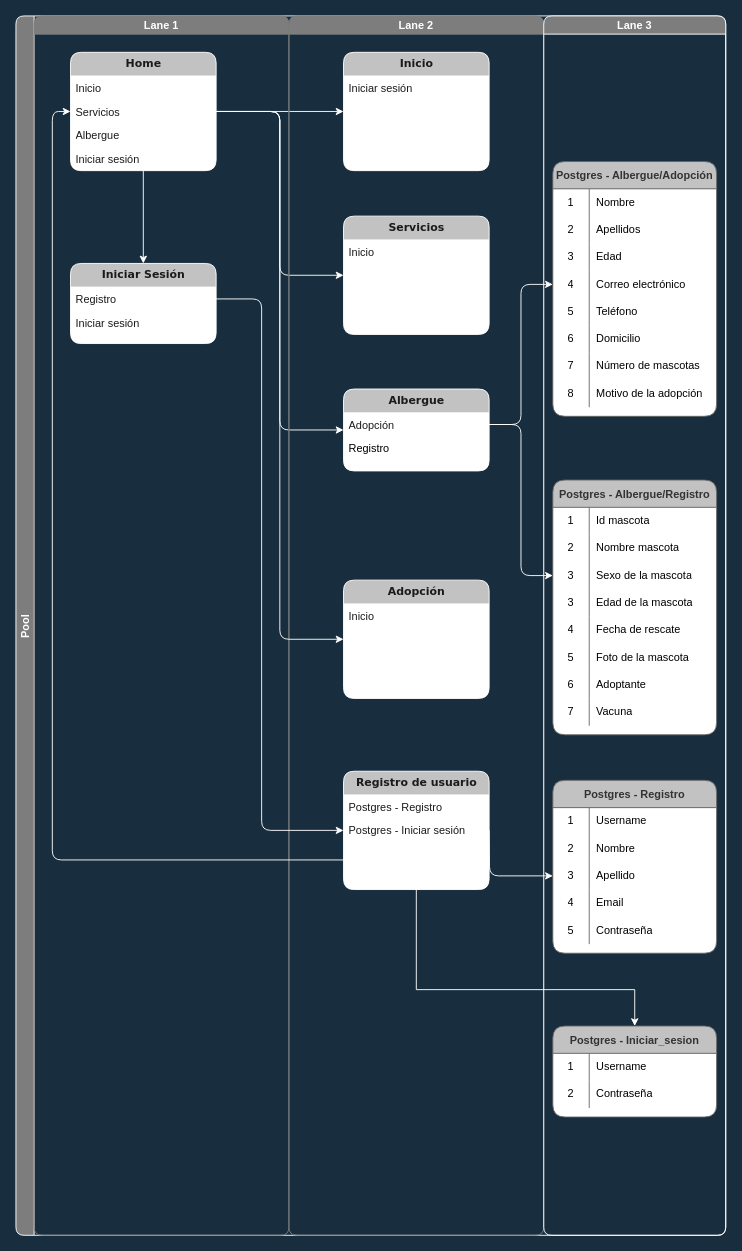
This is Ideas_para_la_página/Ideas_para_la_página.drawio from hefecaso/0980_Proyectos-Albergue_de_mascotas, a draw.io file, before an edit. Source tidied: cells renumbered, new cells numbered last; positions are measured from the earlier drawing's top-left corner, leaving out a move shared by most shapes. Both pictures are drawn from the tidied source at 91%, with x=0, y=0 at pixel (15, 15).
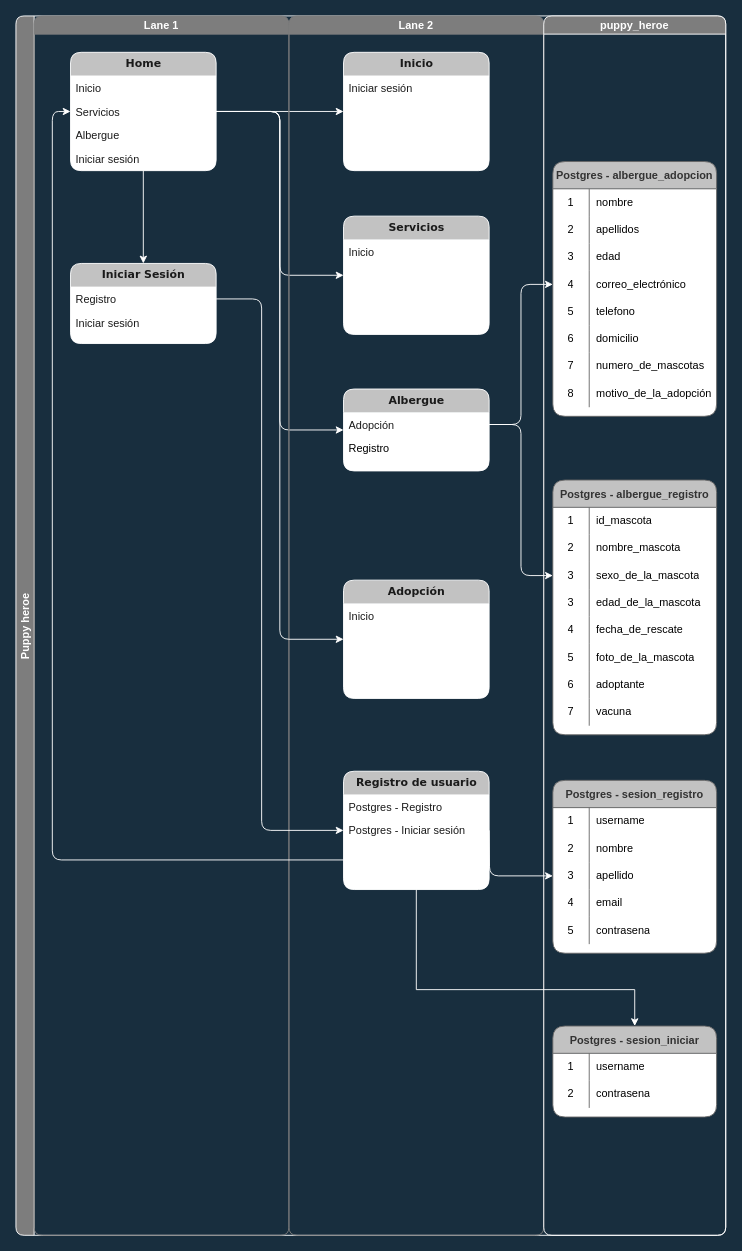
After the change.

Commit message (it also covers changes not shown here):
Solo agregando esquema de diseño a la última versión realizada

Unchanged cells that the change refers to:
```xml
<mxCell id="31" style="shape=tableRow;horizontal=0;startSize=0;swimlaneHead=0;swimlaneBody=0;top=0;left=0;bottom=0;right=0;fillColor=none;rounded=1;fontColor=#FFFFFF;strokeColor=#7D7D7D;" parent="30" vertex="1">
  <mxGeometry y="30" width="180" height="30" as="geometry" />
</mxCell>
<mxCell id="34" style="shape=tableRow;horizontal=0;startSize=0;swimlaneHead=0;swimlaneBody=0;top=0;left=0;bottom=0;right=0;fillColor=none;rounded=1;fontColor=#FFFFFF;strokeColor=#7D7D7D;" parent="30" vertex="1">
  <mxGeometry y="60" width="180" height="30" as="geometry" />
</mxCell>
<mxCell id="37" style="shape=tableRow;horizontal=0;startSize=0;swimlaneHead=0;swimlaneBody=0;top=0;left=0;bottom=0;right=0;fillColor=none;points=[[0,0.5],[1,0.5]];portConstraint=eastwest;rounded=1;fontColor=#FFFFFF;strokeColor=#7D7D7D;" parent="30" vertex="1">
  <mxGeometry y="90" width="180" height="30" as="geometry" />
</mxCell>
<mxCell id="40" style="shape=tableRow;horizontal=0;startSize=0;swimlaneHead=0;swimlaneBody=0;top=0;left=0;bottom=0;right=0;fillColor=none;rounded=1;fontColor=#FFFFFF;strokeColor=#7D7D7D;" parent="30" vertex="1">
  <mxGeometry y="120" width="180" height="30" as="geometry" />
</mxCell>
<mxCell id="43" style="shape=tableRow;horizontal=0;startSize=0;swimlaneHead=0;swimlaneBody=0;top=0;left=0;bottom=0;right=0;fillColor=none;rounded=1;fontColor=#FFFFFF;strokeColor=#7D7D7D;" parent="30" vertex="1">
  <mxGeometry y="150" width="180" height="30" as="geometry" />
</mxCell>
<mxCell id="47" style="shape=tableRow;horizontal=0;startSize=0;swimlaneHead=0;swimlaneBody=0;top=0;left=0;bottom=0;right=0;fillColor=none;rounded=1;fontColor=#FFFFFF;strokeColor=#7D7D7D;" parent="46" vertex="1">
  <mxGeometry y="30" width="180" height="30" as="geometry" />
</mxCell>
<mxCell id="50" style="shape=tableRow;horizontal=0;startSize=0;swimlaneHead=0;swimlaneBody=0;top=0;left=0;bottom=0;right=0;fillColor=none;rounded=1;fontColor=#FFFFFF;strokeColor=#7D7D7D;" parent="46" vertex="1">
  <mxGeometry y="60" width="180" height="30" as="geometry" />
</mxCell>
<mxCell id="53" style="shape=tableRow;horizontal=0;startSize=0;swimlaneHead=0;swimlaneBody=0;top=0;left=0;bottom=0;right=0;fillColor=none;rounded=1;fontColor=#FFFFFF;strokeColor=#7D7D7D;" parent="46" vertex="1">
  <mxGeometry y="90" width="180" height="30" as="geometry" />
</mxCell>
<mxCell id="56" style="shape=tableRow;horizontal=0;startSize=0;swimlaneHead=0;swimlaneBody=0;top=0;left=0;bottom=0;right=0;fillColor=none;points=[[0,0.5],[1,0.5]];portConstraint=eastwest;rounded=1;fontColor=#FFFFFF;strokeColor=#7D7D7D;" parent="46" vertex="1">
  <mxGeometry y="120" width="180" height="30" as="geometry" />
</mxCell>
<mxCell id="59" style="shape=tableRow;horizontal=0;startSize=0;swimlaneHead=0;swimlaneBody=0;top=0;left=0;bottom=0;right=0;fillColor=none;rounded=1;fontColor=#FFFFFF;strokeColor=#7D7D7D;" parent="46" vertex="1">
  <mxGeometry y="150" width="180" height="30" as="geometry" />
</mxCell>
<mxCell id="62" style="shape=tableRow;horizontal=0;startSize=0;swimlaneHead=0;swimlaneBody=0;top=0;left=0;bottom=0;right=0;fillColor=none;rounded=1;fontColor=#FFFFFF;strokeColor=#7D7D7D;" parent="46" vertex="1">
  <mxGeometry y="180" width="180" height="30" as="geometry" />
</mxCell>
<mxCell id="65" style="shape=tableRow;horizontal=0;startSize=0;swimlaneHead=0;swimlaneBody=0;top=0;left=0;bottom=0;right=0;fillColor=none;rounded=1;fontColor=#FFFFFF;strokeColor=#7D7D7D;" parent="46" vertex="1">
  <mxGeometry y="210" width="180" height="30" as="geometry" />
</mxCell>
<mxCell id="68" style="shape=tableRow;horizontal=0;startSize=0;swimlaneHead=0;swimlaneBody=0;top=0;left=0;bottom=0;right=0;fillColor=none;rounded=1;fontColor=#FFFFFF;strokeColor=#7D7D7D;" parent="46" vertex="1">
  <mxGeometry y="240" width="180" height="30" as="geometry" />
</mxCell>
<mxCell id="72" style="shape=tableRow;horizontal=0;startSize=0;swimlaneHead=0;swimlaneBody=0;top=0;left=0;bottom=0;right=0;fillColor=none;rounded=1;fontColor=#FFFFFF;strokeColor=#7D7D7D;" parent="71" vertex="1">
  <mxGeometry y="30" width="180" height="30" as="geometry" />
</mxCell>
<mxCell id="75" style="shape=tableRow;horizontal=0;startSize=0;swimlaneHead=0;swimlaneBody=0;top=0;left=0;bottom=0;right=0;fillColor=none;rounded=1;fontColor=#FFFFFF;strokeColor=#7D7D7D;" parent="71" vertex="1">
  <mxGeometry y="60" width="180" height="30" as="geometry" />
</mxCell>
<mxCell id="78" style="shape=tableRow;horizontal=0;startSize=0;swimlaneHead=0;swimlaneBody=0;top=0;left=0;bottom=0;right=0;fillColor=none;points=[[0,0.5],[1,0.5]];portConstraint=eastwest;rounded=1;fontColor=#FFFFFF;strokeColor=#7D7D7D;" parent="71" vertex="1">
  <mxGeometry y="90" width="180" height="30" as="geometry" />
</mxCell>
<mxCell id="81" style="shape=tableRow;horizontal=0;startSize=0;swimlaneHead=0;swimlaneBody=0;top=0;left=0;bottom=0;right=0;fillColor=none;rounded=1;fontColor=#FFFFFF;strokeColor=#7D7D7D;" parent="71" vertex="1">
  <mxGeometry y="120" width="180" height="30" as="geometry" />
</mxCell>
<mxCell id="84" style="shape=tableRow;horizontal=0;startSize=0;swimlaneHead=0;swimlaneBody=0;top=0;left=0;bottom=0;right=0;fillColor=none;rounded=1;fontColor=#FFFFFF;strokeColor=#7D7D7D;" parent="71" vertex="1">
  <mxGeometry y="150" width="180" height="30" as="geometry" />
</mxCell>
<mxCell id="87" style="shape=tableRow;horizontal=0;startSize=0;swimlaneHead=0;swimlaneBody=0;top=0;left=0;bottom=0;right=0;fillColor=none;rounded=1;fontColor=#FFFFFF;strokeColor=#7D7D7D;" parent="71" vertex="1">
  <mxGeometry y="180" width="180" height="30" as="geometry" />
</mxCell>
<mxCell id="90" style="shape=tableRow;horizontal=0;startSize=0;swimlaneHead=0;swimlaneBody=0;top=0;left=0;bottom=0;right=0;fillColor=none;rounded=1;fontColor=#FFFFFF;strokeColor=#7D7D7D;" parent="71" vertex="1">
  <mxGeometry y="210" width="180" height="30" as="geometry" />
</mxCell>
<mxCell id="93" style="shape=tableRow;horizontal=0;startSize=0;swimlaneHead=0;swimlaneBody=0;top=0;left=0;bottom=0;right=0;fillColor=none;rounded=1;fontColor=#FFFFFF;strokeColor=#7D7D7D;" parent="71" vertex="1">
  <mxGeometry y="240" width="180" height="30" as="geometry" />
</mxCell>
<mxCell id="97" style="shape=tableRow;horizontal=0;startSize=0;swimlaneHead=0;swimlaneBody=0;top=0;left=0;bottom=0;right=0;fillColor=none;rounded=1;fontColor=#FFFFFF;strokeColor=#7D7D7D;" parent="96" vertex="1">
  <mxGeometry y="30" width="180" height="30" as="geometry" />
</mxCell>
<mxCell id="100" style="shape=tableRow;horizontal=0;startSize=0;swimlaneHead=0;swimlaneBody=0;top=0;left=0;bottom=0;right=0;fillColor=none;rounded=1;fontColor=#FFFFFF;strokeColor=#7D7D7D;" parent="96" vertex="1">
  <mxGeometry y="60" width="180" height="30" as="geometry" />
</mxCell>
```

Diff of the diagram source:
```diff
@@
-    <mxCell id="11" value="Pool" style="swimlane;startSize=20;horizontal=0;rounded=1;swimlaneFillColor=none;fillColor=#7D7D7D;strokeColor=#FFFFFF;fontColor=#FFFFFF;" parent="1" vertex="1">
+    <mxCell id="11" value="Puppy heroe" style="swimlane;startSize=20;horizontal=0;rounded=1;swimlaneFillColor=none;fillColor=#7D7D7D;strokeColor=#FFFFFF;fontColor=#FFFFFF;" parent="1" vertex="1">
       <mxGeometry width="780" height="1340" as="geometry" />
     </mxCell>
@@
-    <mxCell id="29" value="Lane 3" style="swimlane;startSize=20;rounded=1;fontColor=#FFFFFF;strokeColor=#FFFFFF;fillColor=#7D7D7D;" parent="11" vertex="1">
+    <mxCell id="29" value="puppy_heroe" style="swimlane;startSize=20;rounded=1;fontColor=#FFFFFF;strokeColor=#FFFFFF;fillColor=#7D7D7D;" parent="11" vertex="1">
       <mxGeometry x="580" width="200" height="1340" as="geometry" />
     </mxCell>
-    <mxCell id="30" value="Postgres - Registro" style="shape=table;startSize=30;childLayout=tableLayout;rowLines=0;fontStyle=1;rounded=1;swimlaneFillColor=default;fillColor=#C2C2C2;fontColor=#333333;strokeColor=#666666;" parent="29" vertex="1">
+    <mxCell id="30" value="Postgres - sesion_registro" style="shape=table;startSize=30;childLayout=tableLayout;rowLines=0;fontStyle=1;rounded=1;swimlaneFillColor=default;fillColor=#C2C2C2;fontColor=#333333;strokeColor=#666666;" parent="29" vertex="1">
       <mxGeometry x="10" y="840" width="180" height="190" as="geometry" />
     </mxCell>
@@
-    <mxCell id="33" value="&lt;font color=&quot;#000000&quot;&gt;Username&lt;/font&gt;" style="shape=partialRectangle;html=1;whiteSpace=wrap;fillColor=none;top=0;left=0;bottom=0;right=0;align=left;spacingLeft=6;overflow=hidden;rounded=1;fontColor=#FFFFFF;strokeColor=#000000;" parent="31" vertex="1">
+    <mxCell id="33" value="&lt;font color=&quot;#000000&quot;&gt;username&lt;/font&gt;" style="shape=partialRectangle;html=1;whiteSpace=wrap;fillColor=none;top=0;left=0;bottom=0;right=0;align=left;spacingLeft=6;overflow=hidden;rounded=1;fontColor=#FFFFFF;strokeColor=#000000;" parent="31" vertex="1">
       <mxGeometry x="40" width="140" height="30" as="geometry" />
     </mxCell>
@@
-    <mxCell id="36" value="Nombre" style="shape=partialRectangle;html=1;whiteSpace=wrap;fillColor=none;top=0;left=0;bottom=0;right=0;align=left;spacingLeft=6;overflow=hidden;rounded=1;fontColor=#000000;strokeColor=#000000;" parent="34" vertex="1">
+    <mxCell id="36" value="nombre" style="shape=partialRectangle;html=1;whiteSpace=wrap;fillColor=none;top=0;left=0;bottom=0;right=0;align=left;spacingLeft=6;overflow=hidden;rounded=1;fontColor=#000000;strokeColor=#000000;" parent="34" vertex="1">
       <mxGeometry x="40" width="140" height="30" as="geometry" />
     </mxCell>
@@
-    <mxCell id="39" value="Apellido" style="shape=partialRectangle;html=1;whiteSpace=wrap;fillColor=none;top=0;left=0;bottom=0;right=0;align=left;spacingLeft=6;overflow=hidden;rounded=1;fontColor=#000000;strokeColor=#000000;" parent="37" vertex="1">
+    <mxCell id="39" value="apellido" style="shape=partialRectangle;html=1;whiteSpace=wrap;fillColor=none;top=0;left=0;bottom=0;right=0;align=left;spacingLeft=6;overflow=hidden;rounded=1;fontColor=#000000;strokeColor=#000000;" parent="37" vertex="1">
       <mxGeometry x="40" width="140" height="30" as="geometry" />
     </mxCell>
@@
-    <mxCell id="42" value="Email" style="shape=partialRectangle;html=1;whiteSpace=wrap;fillColor=none;top=0;left=0;bottom=0;right=0;align=left;spacingLeft=6;overflow=hidden;rounded=1;fontColor=#000000;strokeColor=#000000;" parent="40" vertex="1">
+    <mxCell id="42" value="email" style="shape=partialRectangle;html=1;whiteSpace=wrap;fillColor=none;top=0;left=0;bottom=0;right=0;align=left;spacingLeft=6;overflow=hidden;rounded=1;fontColor=#000000;strokeColor=#000000;" parent="40" vertex="1">
       <mxGeometry x="40" width="140" height="30" as="geometry" />
     </mxCell>
@@
-    <mxCell id="45" value="Contraseña" style="shape=partialRectangle;html=1;whiteSpace=wrap;fillColor=none;top=0;left=0;bottom=0;right=0;align=left;spacingLeft=6;overflow=hidden;rounded=1;fontColor=#000000;strokeColor=#000000;" parent="43" vertex="1">
+    <mxCell id="45" value="contrasena" style="shape=partialRectangle;html=1;whiteSpace=wrap;fillColor=none;top=0;left=0;bottom=0;right=0;align=left;spacingLeft=6;overflow=hidden;rounded=1;fontColor=#000000;strokeColor=#000000;" parent="43" vertex="1">
       <mxGeometry x="40" width="140" height="30" as="geometry" />
     </mxCell>
-    <mxCell id="46" value="Postgres - Albergue/Adopción" style="shape=table;startSize=30;childLayout=tableLayout;rowLines=0;fontStyle=1;rounded=1;swimlaneFillColor=default;fillColor=#C2C2C2;fontColor=#333333;strokeColor=#666666;" parent="29" vertex="1">
+    <mxCell id="46" value="Postgres - albergue_adopcion" style="shape=table;startSize=30;childLayout=tableLayout;rowLines=0;fontStyle=1;rounded=1;swimlaneFillColor=default;fillColor=#C2C2C2;fontColor=#333333;strokeColor=#666666;" parent="29" vertex="1">
       <mxGeometry x="10" y="160" width="180" height="280" as="geometry" />
     </mxCell>
@@
-    <mxCell id="49" value="&lt;font color=&quot;#000000&quot;&gt;Nombre&lt;/font&gt;" style="shape=partialRectangle;html=1;whiteSpace=wrap;fillColor=none;top=0;left=0;bottom=0;right=0;align=left;spacingLeft=6;overflow=hidden;rounded=1;fontColor=#FFFFFF;strokeColor=#000000;" parent="47" vertex="1">
+    <mxCell id="49" value="&lt;font color=&quot;#000000&quot;&gt;nombre&lt;/font&gt;" style="shape=partialRectangle;html=1;whiteSpace=wrap;fillColor=none;top=0;left=0;bottom=0;right=0;align=left;spacingLeft=6;overflow=hidden;rounded=1;fontColor=#FFFFFF;strokeColor=#000000;" parent="47" vertex="1">
       <mxGeometry x="40" width="140" height="30" as="geometry" />
     </mxCell>
@@
-    <mxCell id="52" value="Apellidos" style="shape=partialRectangle;html=1;whiteSpace=wrap;fillColor=none;top=0;left=0;bottom=0;right=0;align=left;spacingLeft=6;overflow=hidden;rounded=1;fontColor=#000000;strokeColor=#000000;" parent="50" vertex="1">
+    <mxCell id="52" value="apellidos" style="shape=partialRectangle;html=1;whiteSpace=wrap;fillColor=none;top=0;left=0;bottom=0;right=0;align=left;spacingLeft=6;overflow=hidden;rounded=1;fontColor=#000000;strokeColor=#000000;" parent="50" vertex="1">
       <mxGeometry x="40" width="140" height="30" as="geometry" />
     </mxCell>
@@
-    <mxCell id="55" value="Edad" style="shape=partialRectangle;html=1;whiteSpace=wrap;fillColor=none;top=0;left=0;bottom=0;right=0;align=left;spacingLeft=6;overflow=hidden;rounded=1;fontColor=#000000;strokeColor=#000000;" parent="53" vertex="1">
+    <mxCell id="55" value="edad" style="shape=partialRectangle;html=1;whiteSpace=wrap;fillColor=none;top=0;left=0;bottom=0;right=0;align=left;spacingLeft=6;overflow=hidden;rounded=1;fontColor=#000000;strokeColor=#000000;" parent="53" vertex="1">
       <mxGeometry x="40" width="140" height="30" as="geometry" />
     </mxCell>
@@
-    <mxCell id="58" value="Correo electrónico" style="shape=partialRectangle;html=1;whiteSpace=wrap;fillColor=none;top=0;left=0;bottom=0;right=0;align=left;spacingLeft=6;overflow=hidden;rounded=1;fontColor=#000000;strokeColor=#000000;" parent="56" vertex="1">
+    <mxCell id="58" value="correo_electrónico" style="shape=partialRectangle;html=1;whiteSpace=wrap;fillColor=none;top=0;left=0;bottom=0;right=0;align=left;spacingLeft=6;overflow=hidden;rounded=1;fontColor=#000000;strokeColor=#000000;" parent="56" vertex="1">
       <mxGeometry x="40" width="140" height="30" as="geometry" />
     </mxCell>
@@
-    <mxCell id="61" value="Teléfono" style="shape=partialRectangle;html=1;whiteSpace=wrap;fillColor=none;top=0;left=0;bottom=0;right=0;align=left;spacingLeft=6;overflow=hidden;rounded=1;fontColor=#000000;strokeColor=#000000;" parent="59" vertex="1">
+    <mxCell id="61" value="telefono" style="shape=partialRectangle;html=1;whiteSpace=wrap;fillColor=none;top=0;left=0;bottom=0;right=0;align=left;spacingLeft=6;overflow=hidden;rounded=1;fontColor=#000000;strokeColor=#000000;" parent="59" vertex="1">
       <mxGeometry x="40" width="140" height="30" as="geometry" />
     </mxCell>
@@
-    <mxCell id="64" value="Domicilio" style="shape=partialRectangle;html=1;whiteSpace=wrap;fillColor=none;top=0;left=0;bottom=0;right=0;align=left;spacingLeft=6;overflow=hidden;rounded=1;fontColor=#000000;strokeColor=#000000;" parent="62" vertex="1">
+    <mxCell id="64" value="domicilio" style="shape=partialRectangle;html=1;whiteSpace=wrap;fillColor=none;top=0;left=0;bottom=0;right=0;align=left;spacingLeft=6;overflow=hidden;rounded=1;fontColor=#000000;strokeColor=#000000;" parent="62" vertex="1">
       <mxGeometry x="40" width="140" height="30" as="geometry" />
     </mxCell>
@@
-    <mxCell id="67" value="Número de mascotas" style="shape=partialRectangle;html=1;whiteSpace=wrap;fillColor=none;top=0;left=0;bottom=0;right=0;align=left;spacingLeft=6;overflow=hidden;rounded=1;fontColor=#000000;strokeColor=#000000;" parent="65" vertex="1">
+    <mxCell id="67" value="numero_de_mascotas" style="shape=partialRectangle;html=1;whiteSpace=wrap;fillColor=none;top=0;left=0;bottom=0;right=0;align=left;spacingLeft=6;overflow=hidden;rounded=1;fontColor=#000000;strokeColor=#000000;" parent="65" vertex="1">
       <mxGeometry x="40" width="140" height="30" as="geometry" />
     </mxCell>
@@
-    <mxCell id="70" value="Motivo de la adopción" style="shape=partialRectangle;html=1;whiteSpace=wrap;fillColor=none;top=0;left=0;bottom=0;right=0;align=left;spacingLeft=6;overflow=hidden;rounded=1;fontColor=#000000;strokeColor=#000000;" parent="68" vertex="1">
+    <mxCell id="70" value="motivo_de_la_adopción" style="shape=partialRectangle;html=1;whiteSpace=wrap;fillColor=none;top=0;left=0;bottom=0;right=0;align=left;spacingLeft=6;overflow=hidden;rounded=1;fontColor=#000000;strokeColor=#000000;" parent="68" vertex="1">
       <mxGeometry x="40" width="140" height="30" as="geometry" />
     </mxCell>
-    <mxCell id="71" value="Postgres - Albergue/Registro" style="shape=table;startSize=30;childLayout=tableLayout;rowLines=0;fontStyle=1;rounded=1;swimlaneFillColor=default;fillColor=#C2C2C2;fontColor=#333333;strokeColor=#666666;" parent="29" vertex="1">
+    <mxCell id="71" value="Postgres - albergue_registro" style="shape=table;startSize=30;childLayout=tableLayout;rowLines=0;fontStyle=1;rounded=1;swimlaneFillColor=default;fillColor=#C2C2C2;fontColor=#333333;strokeColor=#666666;" parent="29" vertex="1">
       <mxGeometry x="10" y="510" width="180" height="280" as="geometry" />
     </mxCell>
@@
-    <mxCell id="74" value="&lt;font color=&quot;#000000&quot;&gt;Id mascota&lt;/font&gt;" style="shape=partialRectangle;html=1;whiteSpace=wrap;fillColor=none;top=0;left=0;bottom=0;right=0;align=left;spacingLeft=6;overflow=hidden;rounded=1;fontColor=#FFFFFF;strokeColor=#000000;" parent="72" vertex="1">
+    <mxCell id="74" value="&lt;font color=&quot;#000000&quot;&gt;id_mascota&lt;/font&gt;" style="shape=partialRectangle;html=1;whiteSpace=wrap;fillColor=none;top=0;left=0;bottom=0;right=0;align=left;spacingLeft=6;overflow=hidden;rounded=1;fontColor=#FFFFFF;strokeColor=#000000;" parent="72" vertex="1">
       <mxGeometry x="40" width="140" height="30" as="geometry" />
     </mxCell>
@@
-    <mxCell id="77" value="Nombre mascota" style="shape=partialRectangle;html=1;whiteSpace=wrap;fillColor=none;top=0;left=0;bottom=0;right=0;align=left;spacingLeft=6;overflow=hidden;rounded=1;fontColor=#000000;strokeColor=#000000;" parent="75" vertex="1">
+    <mxCell id="77" value="nombre_mascota" style="shape=partialRectangle;html=1;whiteSpace=wrap;fillColor=none;top=0;left=0;bottom=0;right=0;align=left;spacingLeft=6;overflow=hidden;rounded=1;fontColor=#000000;strokeColor=#000000;" parent="75" vertex="1">
       <mxGeometry x="40" width="140" height="30" as="geometry" />
     </mxCell>
@@
-    <mxCell id="80" value="Sexo de la mascota" style="shape=partialRectangle;html=1;whiteSpace=wrap;fillColor=none;top=0;left=0;bottom=0;right=0;align=left;spacingLeft=6;overflow=hidden;rounded=1;fontColor=#000000;strokeColor=#000000;" parent="78" vertex="1">
+    <mxCell id="80" value="sexo_de_la_mascota" style="shape=partialRectangle;html=1;whiteSpace=wrap;fillColor=none;top=0;left=0;bottom=0;right=0;align=left;spacingLeft=6;overflow=hidden;rounded=1;fontColor=#000000;strokeColor=#000000;" parent="78" vertex="1">
       <mxGeometry x="40" width="140" height="30" as="geometry" />
     </mxCell>
@@
-    <mxCell id="83" value="Edad de la mascota" style="shape=partialRectangle;html=1;whiteSpace=wrap;fillColor=none;top=0;left=0;bottom=0;right=0;align=left;spacingLeft=6;overflow=hidden;rounded=1;fontColor=#000000;strokeColor=#000000;" parent="81" vertex="1">
+    <mxCell id="83" value="edad_de_la_mascota" style="shape=partialRectangle;html=1;whiteSpace=wrap;fillColor=none;top=0;left=0;bottom=0;right=0;align=left;spacingLeft=6;overflow=hidden;rounded=1;fontColor=#000000;strokeColor=#000000;" parent="81" vertex="1">
       <mxGeometry x="40" width="140" height="30" as="geometry" />
     </mxCell>
@@
-    <mxCell id="86" value="Fecha de rescate" style="shape=partialRectangle;html=1;whiteSpace=wrap;fillColor=none;top=0;left=0;bottom=0;right=0;align=left;spacingLeft=6;overflow=hidden;rounded=1;fontColor=#000000;strokeColor=#000000;" parent="84" vertex="1">
+    <mxCell id="86" value="fecha_de_rescate" style="shape=partialRectangle;html=1;whiteSpace=wrap;fillColor=none;top=0;left=0;bottom=0;right=0;align=left;spacingLeft=6;overflow=hidden;rounded=1;fontColor=#000000;strokeColor=#000000;" parent="84" vertex="1">
       <mxGeometry x="40" width="140" height="30" as="geometry" />
     </mxCell>
@@
-    <mxCell id="89" value="Foto de la mascota" style="shape=partialRectangle;html=1;whiteSpace=wrap;fillColor=none;top=0;left=0;bottom=0;right=0;align=left;spacingLeft=6;overflow=hidden;rounded=1;fontColor=#000000;strokeColor=#000000;" parent="87" vertex="1">
+    <mxCell id="89" value="foto_de_la_mascota" style="shape=partialRectangle;html=1;whiteSpace=wrap;fillColor=none;top=0;left=0;bottom=0;right=0;align=left;spacingLeft=6;overflow=hidden;rounded=1;fontColor=#000000;strokeColor=#000000;" parent="87" vertex="1">
       <mxGeometry x="40" width="140" height="30" as="geometry" />
     </mxCell>
@@
-    <mxCell id="92" value="Adoptante" style="shape=partialRectangle;html=1;whiteSpace=wrap;fillColor=none;top=0;left=0;bottom=0;right=0;align=left;spacingLeft=6;overflow=hidden;rounded=1;fontColor=#000000;strokeColor=#000000;" parent="90" vertex="1">
+    <mxCell id="92" value="adoptante" style="shape=partialRectangle;html=1;whiteSpace=wrap;fillColor=none;top=0;left=0;bottom=0;right=0;align=left;spacingLeft=6;overflow=hidden;rounded=1;fontColor=#000000;strokeColor=#000000;" parent="90" vertex="1">
       <mxGeometry x="40" width="140" height="30" as="geometry" />
     </mxCell>
@@
-    <mxCell id="95" value="Vacuna" style="shape=partialRectangle;html=1;whiteSpace=wrap;fillColor=none;top=0;left=0;bottom=0;right=0;align=left;spacingLeft=6;overflow=hidden;rounded=1;fontColor=#000000;strokeColor=#000000;" parent="93" vertex="1">
+    <mxCell id="95" value="vacuna" style="shape=partialRectangle;html=1;whiteSpace=wrap;fillColor=none;top=0;left=0;bottom=0;right=0;align=left;spacingLeft=6;overflow=hidden;rounded=1;fontColor=#000000;strokeColor=#000000;" parent="93" vertex="1">
       <mxGeometry x="40" width="140" height="30" as="geometry" />
     </mxCell>
-    <mxCell id="96" value="Postgres - Iniciar_sesion" style="shape=table;startSize=30;childLayout=tableLayout;rowLines=0;fontStyle=1;rounded=1;swimlaneFillColor=default;fillColor=#C2C2C2;fontColor=#333333;strokeColor=#666666;" parent="29" vertex="1">
+    <mxCell id="96" value="Postgres - sesion_iniciar" style="shape=table;startSize=30;childLayout=tableLayout;rowLines=0;fontStyle=1;rounded=1;swimlaneFillColor=default;fillColor=#C2C2C2;fontColor=#333333;strokeColor=#666666;" parent="29" vertex="1">
       <mxGeometry x="10" y="1110" width="180" height="100" as="geometry" />
     </mxCell>
@@
-    <mxCell id="99" value="&lt;font color=&quot;#000000&quot;&gt;Username&lt;/font&gt;" style="shape=partialRectangle;html=1;whiteSpace=wrap;fillColor=none;top=0;left=0;bottom=0;right=0;align=left;spacingLeft=6;overflow=hidden;rounded=1;fontColor=#FFFFFF;strokeColor=#000000;" parent="97" vertex="1">
+    <mxCell id="99" value="&lt;font color=&quot;#000000&quot;&gt;username&lt;/font&gt;" style="shape=partialRectangle;html=1;whiteSpace=wrap;fillColor=none;top=0;left=0;bottom=0;right=0;align=left;spacingLeft=6;overflow=hidden;rounded=1;fontColor=#FFFFFF;strokeColor=#000000;" parent="97" vertex="1">
       <mxGeometry x="40" width="140" height="30" as="geometry" />
     </mxCell>
@@
-    <mxCell id="102" value="Contraseña" style="shape=partialRectangle;html=1;whiteSpace=wrap;fillColor=none;top=0;left=0;bottom=0;right=0;align=left;spacingLeft=6;overflow=hidden;rounded=1;fontColor=#000000;strokeColor=#000000;" parent="100" vertex="1">
+    <mxCell id="102" value="contrasena" style="shape=partialRectangle;html=1;whiteSpace=wrap;fillColor=none;top=0;left=0;bottom=0;right=0;align=left;spacingLeft=6;overflow=hidden;rounded=1;fontColor=#000000;strokeColor=#000000;" parent="100" vertex="1">
       <mxGeometry x="40" width="140" height="30" as="geometry" />
     </mxCell>
```
